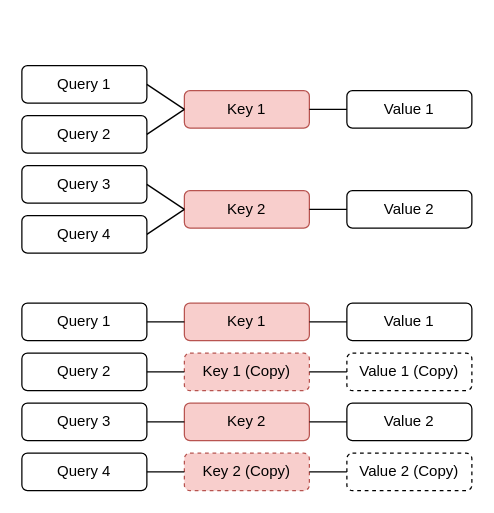
Above: 未命名绘图2.drawio in ZhangzeqingCN/api-project (draw.io), before the change. Source tidied: cells renumbered, new cells numbered last; positions are measured from the earlier drawing's top-left corner, leaving out a move shared by most shapes. Both pictures are drawn from the tidied source at 125%, with x=0, y=0 at pixel (21, 65).
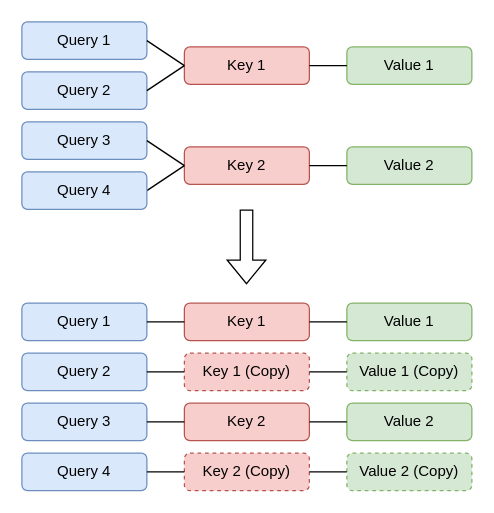
Above is the later version.

Commit message (it also covers changes not shown here):
更新未命名绘图2.drawio

The edit, as a diff of the source:
```diff
@@
-    <mxCell id="3" value="Value 1 (Copy)" style="rounded=1;whiteSpace=wrap;html=1;rotation=0;dashed=1;" parent="1" vertex="1">
+    <mxCell id="3" value="Value 1 (Copy)" style="rounded=1;whiteSpace=wrap;html=1;rotation=0;dashed=1;fillColor=#d5e8d4;strokeColor=#82b366;" parent="1" vertex="1">
       <mxGeometry x="260" y="230" width="100" height="30" as="geometry" />
     </mxCell>
-    <mxCell id="4" value="Value 1" style="rounded=1;whiteSpace=wrap;html=1;rotation=0;" parent="1" vertex="1">
-      <mxGeometry x="260" y="20" width="100" height="30" as="geometry" />
+    <mxCell id="4" value="Value 1" style="rounded=1;whiteSpace=wrap;html=1;rotation=0;fillColor=#d5e8d4;strokeColor=#82b366;" parent="1" vertex="1">
+      <mxGeometry x="260" y="-15" width="100" height="30" as="geometry" />
     </mxCell>
     <mxCell id="5" value="Key 1" style="rounded=1;whiteSpace=wrap;html=1;rotation=0;fillColor=#f8cecc;strokeColor=#b85450;" parent="1" vertex="1">
-      <mxGeometry x="130" y="20" width="100" height="30" as="geometry" />
+      <mxGeometry x="130" y="-15" width="100" height="30" as="geometry" />
     </mxCell>
-    <mxCell id="6" value="Query 1" style="rounded=1;whiteSpace=wrap;html=1;rotation=0;" parent="1" vertex="1">
-      <mxGeometry width="100" height="30" as="geometry" />
+    <mxCell id="6" value="Query 1" style="rounded=1;whiteSpace=wrap;html=1;rotation=0;fillColor=#dae8fc;strokeColor=#6c8ebf;" parent="1" vertex="1">
+      <mxGeometry y="-35" width="100" height="30" as="geometry" />
     </mxCell>
-    <mxCell id="7" value="Query 2" style="rounded=1;whiteSpace=wrap;html=1;rotation=0;" parent="1" vertex="1">
-      <mxGeometry y="40" width="100" height="30" as="geometry" />
+    <mxCell id="7" value="Query 2" style="rounded=1;whiteSpace=wrap;html=1;rotation=0;fillColor=#dae8fc;strokeColor=#6c8ebf;" parent="1" vertex="1">
+      <mxGeometry y="5" width="100" height="30" as="geometry" />
     </mxCell>
-    <mxCell id="8" value="Value 2" style="rounded=1;whiteSpace=wrap;html=1;rotation=0;" parent="1" vertex="1">
-      <mxGeometry x="260" y="100" width="100" height="30" as="geometry" />
+    <mxCell id="8" value="Value 2" style="rounded=1;whiteSpace=wrap;html=1;rotation=0;fillColor=#d5e8d4;strokeColor=#82b366;" parent="1" vertex="1">
+      <mxGeometry x="260" y="65" width="100" height="30" as="geometry" />
     </mxCell>
     <mxCell id="9" value="Key 2" style="rounded=1;whiteSpace=wrap;html=1;rotation=0;fillColor=#f8cecc;strokeColor=#b85450;" parent="1" vertex="1">
-      <mxGeometry x="130" y="100" width="100" height="30" as="geometry" />
+      <mxGeometry x="130" y="65" width="100" height="30" as="geometry" />
     </mxCell>
-    <mxCell id="10" value="Query 3" style="rounded=1;whiteSpace=wrap;html=1;rotation=0;" parent="1" vertex="1">
-      <mxGeometry y="80" width="100" height="30" as="geometry" />
+    <mxCell id="10" value="Query 3" style="rounded=1;whiteSpace=wrap;html=1;rotation=0;fillColor=#dae8fc;strokeColor=#6c8ebf;" parent="1" vertex="1">
+      <mxGeometry y="45" width="100" height="30" as="geometry" />
     </mxCell>
@@
-    <mxCell id="12" value="Query 4" style="rounded=1;whiteSpace=wrap;html=1;rotation=0;" parent="1" vertex="1">
-      <mxGeometry y="120" width="100" height="30" as="geometry" />
+    <mxCell id="12" value="Query 4" style="rounded=1;whiteSpace=wrap;html=1;rotation=0;fillColor=#dae8fc;strokeColor=#6c8ebf;" parent="1" vertex="1">
+      <mxGeometry y="85" width="100" height="30" as="geometry" />
     </mxCell>
@@
-    <mxCell id="18" value="Value 1" style="rounded=1;whiteSpace=wrap;html=1;rotation=0;" parent="1" vertex="1">
+    <mxCell id="18" value="Value 1" style="rounded=1;whiteSpace=wrap;html=1;rotation=0;fillColor=#d5e8d4;strokeColor=#82b366;" parent="1" vertex="1">
       <mxGeometry x="260" y="190" width="100" height="30" as="geometry" />
     </mxCell>
@@
-    <mxCell id="22" value="Query 1" style="rounded=1;whiteSpace=wrap;html=1;rotation=0;" parent="1" vertex="1">
+    <mxCell id="22" value="Query 1" style="rounded=1;whiteSpace=wrap;html=1;rotation=0;fillColor=#dae8fc;strokeColor=#6c8ebf;" parent="1" vertex="1">
       <mxGeometry y="190" width="100" height="30" as="geometry" />
     </mxCell>
@@
-    <mxCell id="24" value="Query 2" style="rounded=1;whiteSpace=wrap;html=1;rotation=0;" parent="1" vertex="1">
+    <mxCell id="24" value="Query 2" style="rounded=1;whiteSpace=wrap;html=1;rotation=0;fillColor=#dae8fc;strokeColor=#6c8ebf;" parent="1" vertex="1">
       <mxGeometry y="230" width="100" height="30" as="geometry" />
     </mxCell>
@@
-    <mxCell id="27" value="Value 2 (Copy)" style="rounded=1;whiteSpace=wrap;html=1;rotation=0;dashed=1;" parent="1" vertex="1">
+    <mxCell id="27" value="Value 2 (Copy)" style="rounded=1;whiteSpace=wrap;html=1;rotation=0;dashed=1;fillColor=#d5e8d4;strokeColor=#82b366;" parent="1" vertex="1">
       <mxGeometry x="260" y="310" width="100" height="30" as="geometry" />
     </mxCell>
-    <mxCell id="28" value="Value 2" style="rounded=1;whiteSpace=wrap;html=1;rotation=0;" parent="1" vertex="1">
+    <mxCell id="28" value="Value 2" style="rounded=1;whiteSpace=wrap;html=1;rotation=0;fillColor=#d5e8d4;strokeColor=#82b366;" parent="1" vertex="1">
       <mxGeometry x="260" y="270" width="100" height="30" as="geometry" />
     </mxCell>
@@
-    <mxCell id="32" value="Query 3" style="rounded=1;whiteSpace=wrap;html=1;rotation=0;" parent="1" vertex="1">
+    <mxCell id="32" value="Query 3" style="rounded=1;whiteSpace=wrap;html=1;rotation=0;fillColor=#dae8fc;strokeColor=#6c8ebf;" parent="1" vertex="1">
       <mxGeometry y="270" width="100" height="30" as="geometry" />
     </mxCell>
@@
-    <mxCell id="34" value="Query 4" style="rounded=1;whiteSpace=wrap;html=1;rotation=0;" parent="1" vertex="1">
+    <mxCell id="34" value="Query 4" style="rounded=1;whiteSpace=wrap;html=1;rotation=0;fillColor=#dae8fc;strokeColor=#6c8ebf;" parent="1" vertex="1">
       <mxGeometry y="310" width="100" height="30" as="geometry" />
     </mxCell>
@@
+    <mxCell id="36" style="shape=flexArrow;endArrow=classic;html=1;rounded=0;" parent="1" edge="1">
+      <mxGeometry relative="1" as="geometry">
+        <mxPoint x="179.7" y="115" as="sourcePoint" />
+        <mxPoint x="179.7" y="175" as="targetPoint" />
+      </mxGeometry>
+    </mxCell>
```
